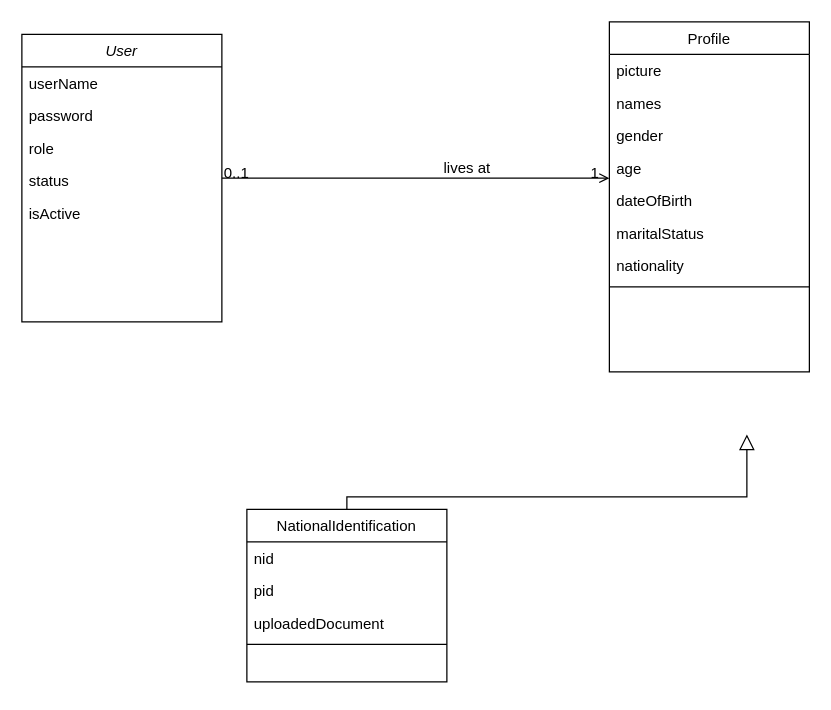
yamuben/z-platform-backend keeps this draw.io diagram as z-platform.drawio. Above is the earlier version. Source tidied: cells renumbered, new cells numbered last; positions are measured from the earlier drawing's top-left corner, leaving out a move shared by most shapes. Both pictures are drawn from the tidied source at 125%, with x=0, y=0 at pixel (21, 21).
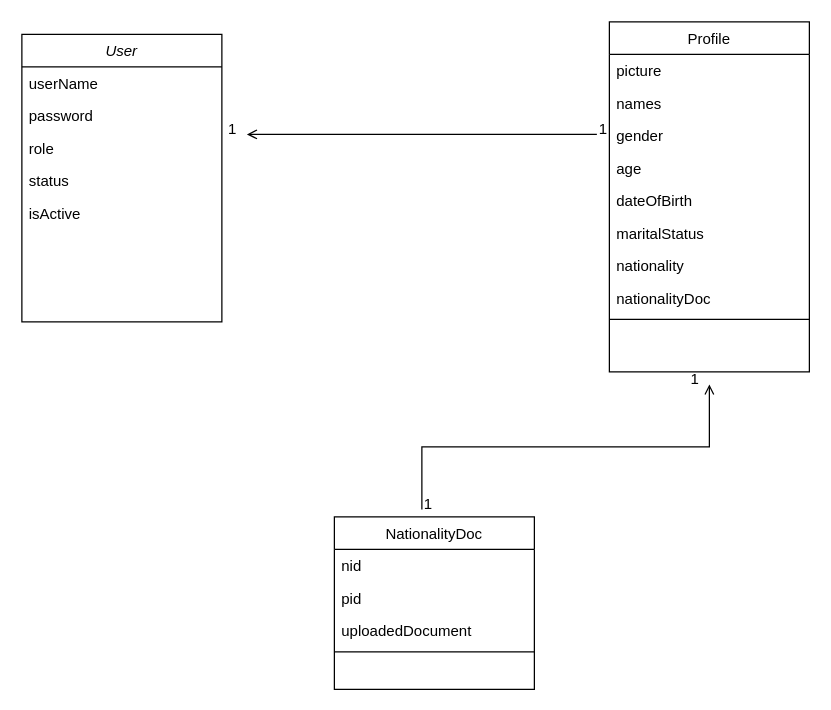
After the change.

The change refers to these unchanged cells:
```xml
<mxCell id="2" value="User" style="swimlane;fontStyle=2;align=center;verticalAlign=top;horizontal=1;startSize=26;rounded=0;shadow=0;strokeWidth=1;" parent="1" vertex="1">
  <mxGeometry y="10" width="160" height="230" as="geometry" />
</mxCell>
<mxCell id="14" value="Profile" style="swimlane;fontStyle=0;align=center;verticalAlign=top;horizontal=1;startSize=26;rounded=0;shadow=0;strokeWidth=1;" parent="1" vertex="1">
  <mxGeometry x="470" width="160" height="280" as="geometry" />
</mxCell>
```

What changed in the source:
```diff
@@
-    <mxCell id="8" value="NationalIdentification" style="swimlane;fontStyle=0;align=center;verticalAlign=top;horizontal=1;startSize=26;rounded=0;shadow=0;strokeWidth=1;" parent="1" vertex="1">
-      <mxGeometry x="180" y="390" width="160" height="138" as="geometry" />
+    <mxCell id="8" value="NationalityDoc" style="swimlane;fontStyle=0;align=center;verticalAlign=top;horizontal=1;startSize=26;rounded=0;shadow=0;strokeWidth=1;" parent="1" vertex="1">
+      <mxGeometry x="250" y="396" width="160" height="138" as="geometry" />
     </mxCell>
@@
-    <mxCell id="13" style="endArrow=block;endSize=10;endFill=0;shadow=0;strokeWidth=1;rounded=0;edgeStyle=elbowEdgeStyle;elbow=vertical;" parent="1" edge="1" source="8">
-      <mxGeometry relative="1" as="geometry">
-        <mxPoint x="580" y="330" as="targetPoint" />
-        <Array as="points">
-          <mxPoint x="580" y="380" />
-          <mxPoint x="530" y="310" />
-        </Array>
-      </mxGeometry>
-    </mxCell>
@@
+    <mxCell id="27" value="nationality" style="text;align=left;verticalAlign=top;spacingLeft=4;spacingRight=4;overflow=hidden;" parent="14" vertex="1">
+      <mxGeometry y="182" width="160" height="26" as="geometry" />
+    </mxCell>
-    <mxCell id="21" value="nationality" style="text;align=left;verticalAlign=top;spacingLeft=4;spacingRight=4;overflow=hidden;" parent="14" vertex="1">
-      <mxGeometry y="182" width="160" height="26" as="geometry" />
+    <mxCell id="21" value="nationalityDoc" style="text;align=left;verticalAlign=top;spacingLeft=4;spacingRight=4;overflow=hidden;" parent="14" vertex="1">
+      <mxGeometry y="208" width="160" height="26" as="geometry" />
     </mxCell>
     <mxCell id="22" style="line;html=1;strokeWidth=1;align=left;verticalAlign=middle;spacingTop=-1;spacingLeft=3;spacingRight=3;labelPosition=right;" parent="14" vertex="1">
-      <mxGeometry y="208" width="160" height="8" as="geometry" />
+      <mxGeometry y="234" width="160" height="8" as="geometry" />
     </mxCell>
-    <mxCell id="23" style="endArrow=open;shadow=0;strokeWidth=1;rounded=0;endFill=1;edgeStyle=elbowEdgeStyle;elbow=vertical;" parent="1" edge="1" source="2" target="14">
-      <mxGeometry x="0.5" y="41" relative="1" as="geometry">
-        <mxPoint x="-40" y="32" as="offset" />
-      </mxGeometry>
-    </mxCell>
-    <mxCell id="24" value="0..1" style="align=left;verticalAlign=bottom;labelBackgroundColor=none;fontSize=12;" parent="23" vertex="1">
-      <mxGeometry x="-1" relative="1" as="geometry">
-        <mxPoint y="4" as="offset" />
-      </mxGeometry>
-    </mxCell>
-    <mxCell id="25" value="1" style="align=right;verticalAlign=bottom;labelBackgroundColor=none;fontSize=12;" parent="23" vertex="1">
-      <mxGeometry x="1" relative="1" as="geometry">
-        <mxPoint x="-7" y="4" as="offset" />
-      </mxGeometry>
-    </mxCell>
-    <mxCell id="26" value="lives at" style="text;html=1;align=center;verticalAlign=middle;labelBackgroundColor=none;rounded=0;shadow=0;strokeWidth=1;fontSize=12;" parent="23" vertex="1">
-      <mxGeometry x="0.5" y="49" relative="1" as="geometry">
-        <mxPoint x="-38" y="40" as="offset" />
-      </mxGeometry>
-    </mxCell>
+    <mxCell id="28" style="endArrow=open;shadow=0;strokeWidth=1;rounded=0;endFill=1;edgeStyle=elbowEdgeStyle;elbow=vertical;" parent="1" edge="1">
+      <mxGeometry x="0.5" y="41" relative="1" as="geometry">
+        <mxPoint x="320" y="390" as="sourcePoint" />
+        <mxPoint x="550" y="290" as="targetPoint" />
+        <mxPoint x="-40" y="32" as="offset" />
+      </mxGeometry>
+    </mxCell>
+    <mxCell id="29" value="1" style="align=left;verticalAlign=bottom;labelBackgroundColor=none;fontSize=12;" parent="28" vertex="1">
+      <mxGeometry x="-1" relative="1" as="geometry">
+        <mxPoint y="4" as="offset" />
+      </mxGeometry>
+    </mxCell>
+    <mxCell id="30" value="1" style="align=right;verticalAlign=bottom;labelBackgroundColor=none;fontSize=12;" parent="28" vertex="1">
+      <mxGeometry x="1" relative="1" as="geometry">
+        <mxPoint x="-7" y="4" as="offset" />
+      </mxGeometry>
+    </mxCell>
+    <mxCell id="31" style="endArrow=open;shadow=0;strokeWidth=1;rounded=0;endFill=1;edgeStyle=elbowEdgeStyle;elbow=vertical;" parent="1" edge="1">
+      <mxGeometry x="0.5" y="41" relative="1" as="geometry">
+        <mxPoint x="460" y="90" as="sourcePoint" />
+        <mxPoint x="180" y="90" as="targetPoint" />
+        <mxPoint x="-40" y="32" as="offset" />
+      </mxGeometry>
+    </mxCell>
+    <mxCell id="32" value="1" style="align=left;verticalAlign=bottom;labelBackgroundColor=none;fontSize=12;" parent="31" vertex="1">
+      <mxGeometry x="-1" relative="1" as="geometry">
+        <mxPoint y="4" as="offset" />
+      </mxGeometry>
+    </mxCell>
+    <mxCell id="33" value="1" style="align=right;verticalAlign=bottom;labelBackgroundColor=none;fontSize=12;" parent="31" vertex="1">
+      <mxGeometry x="1" relative="1" as="geometry">
+        <mxPoint x="-7" y="4" as="offset" />
+      </mxGeometry>
+    </mxCell>
```
